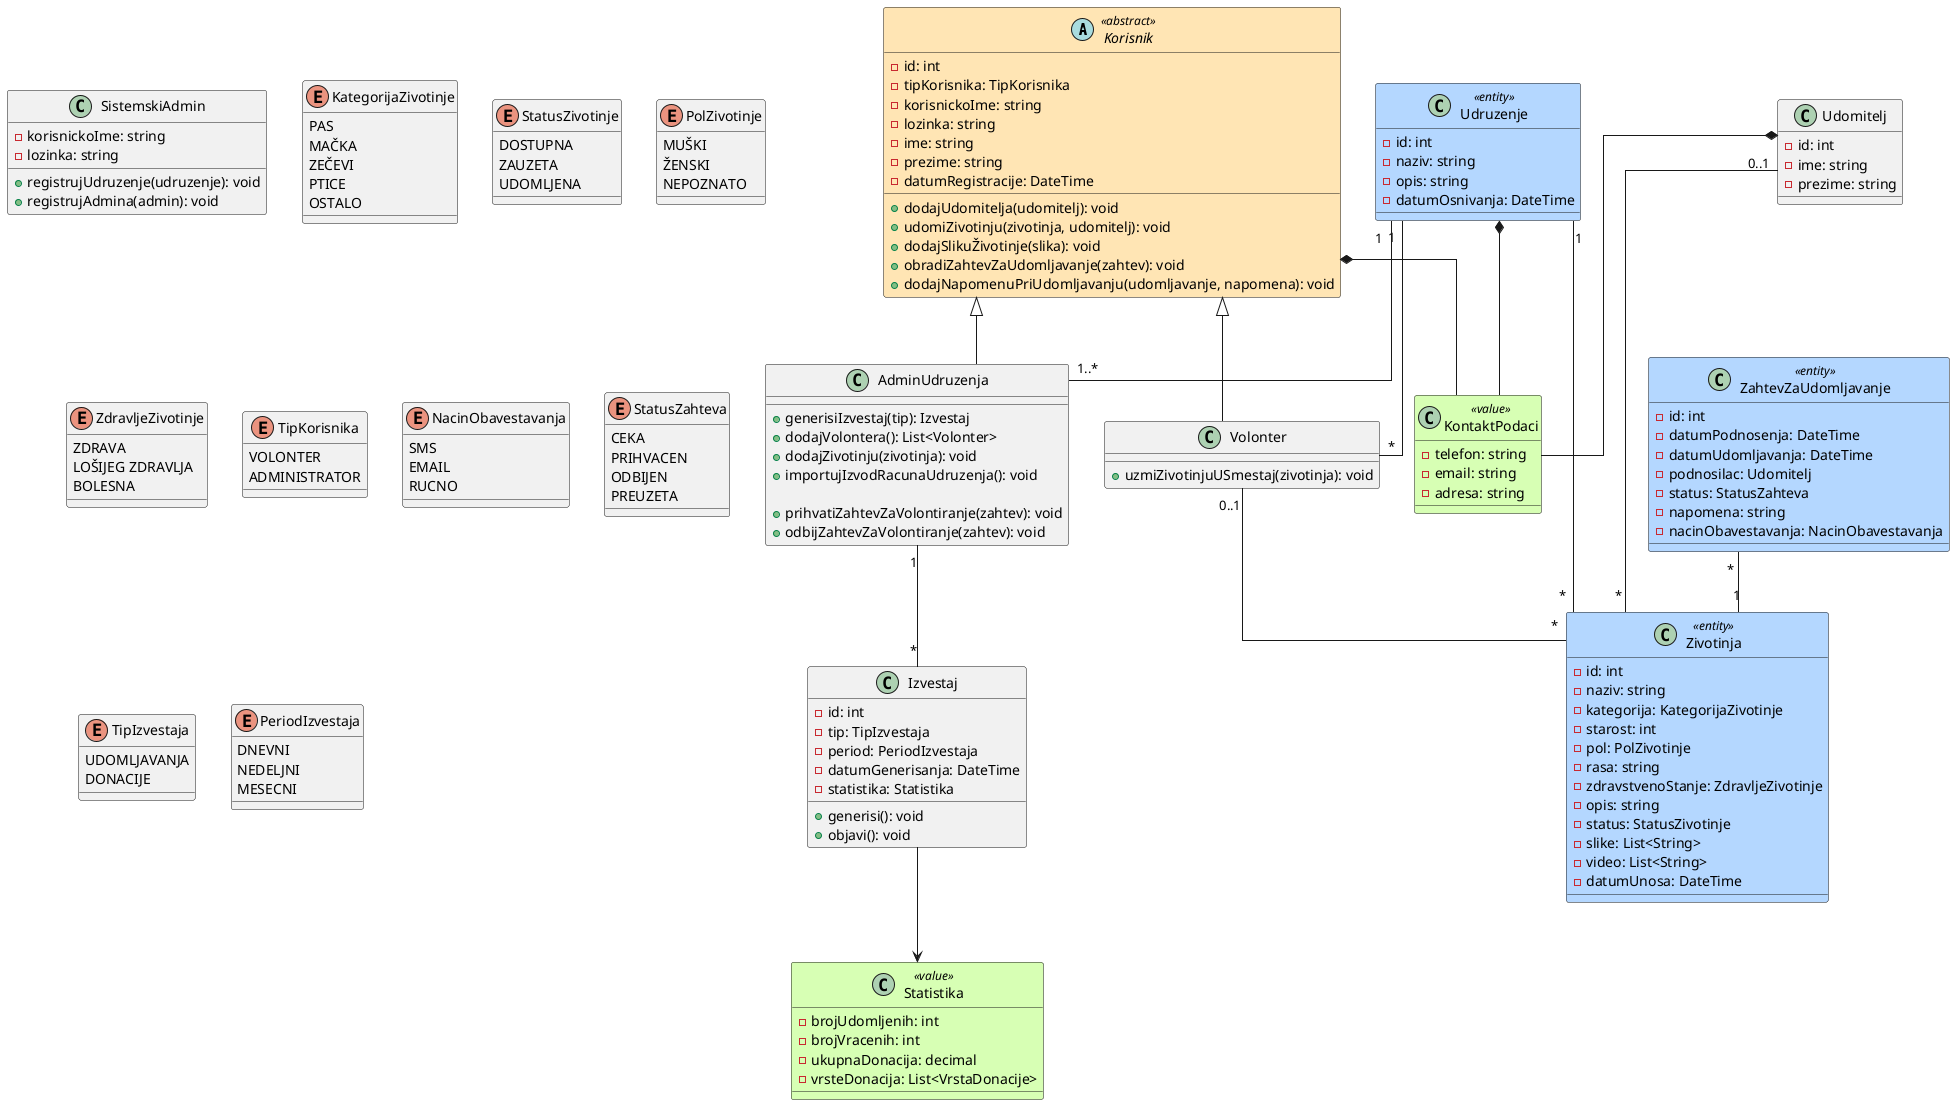
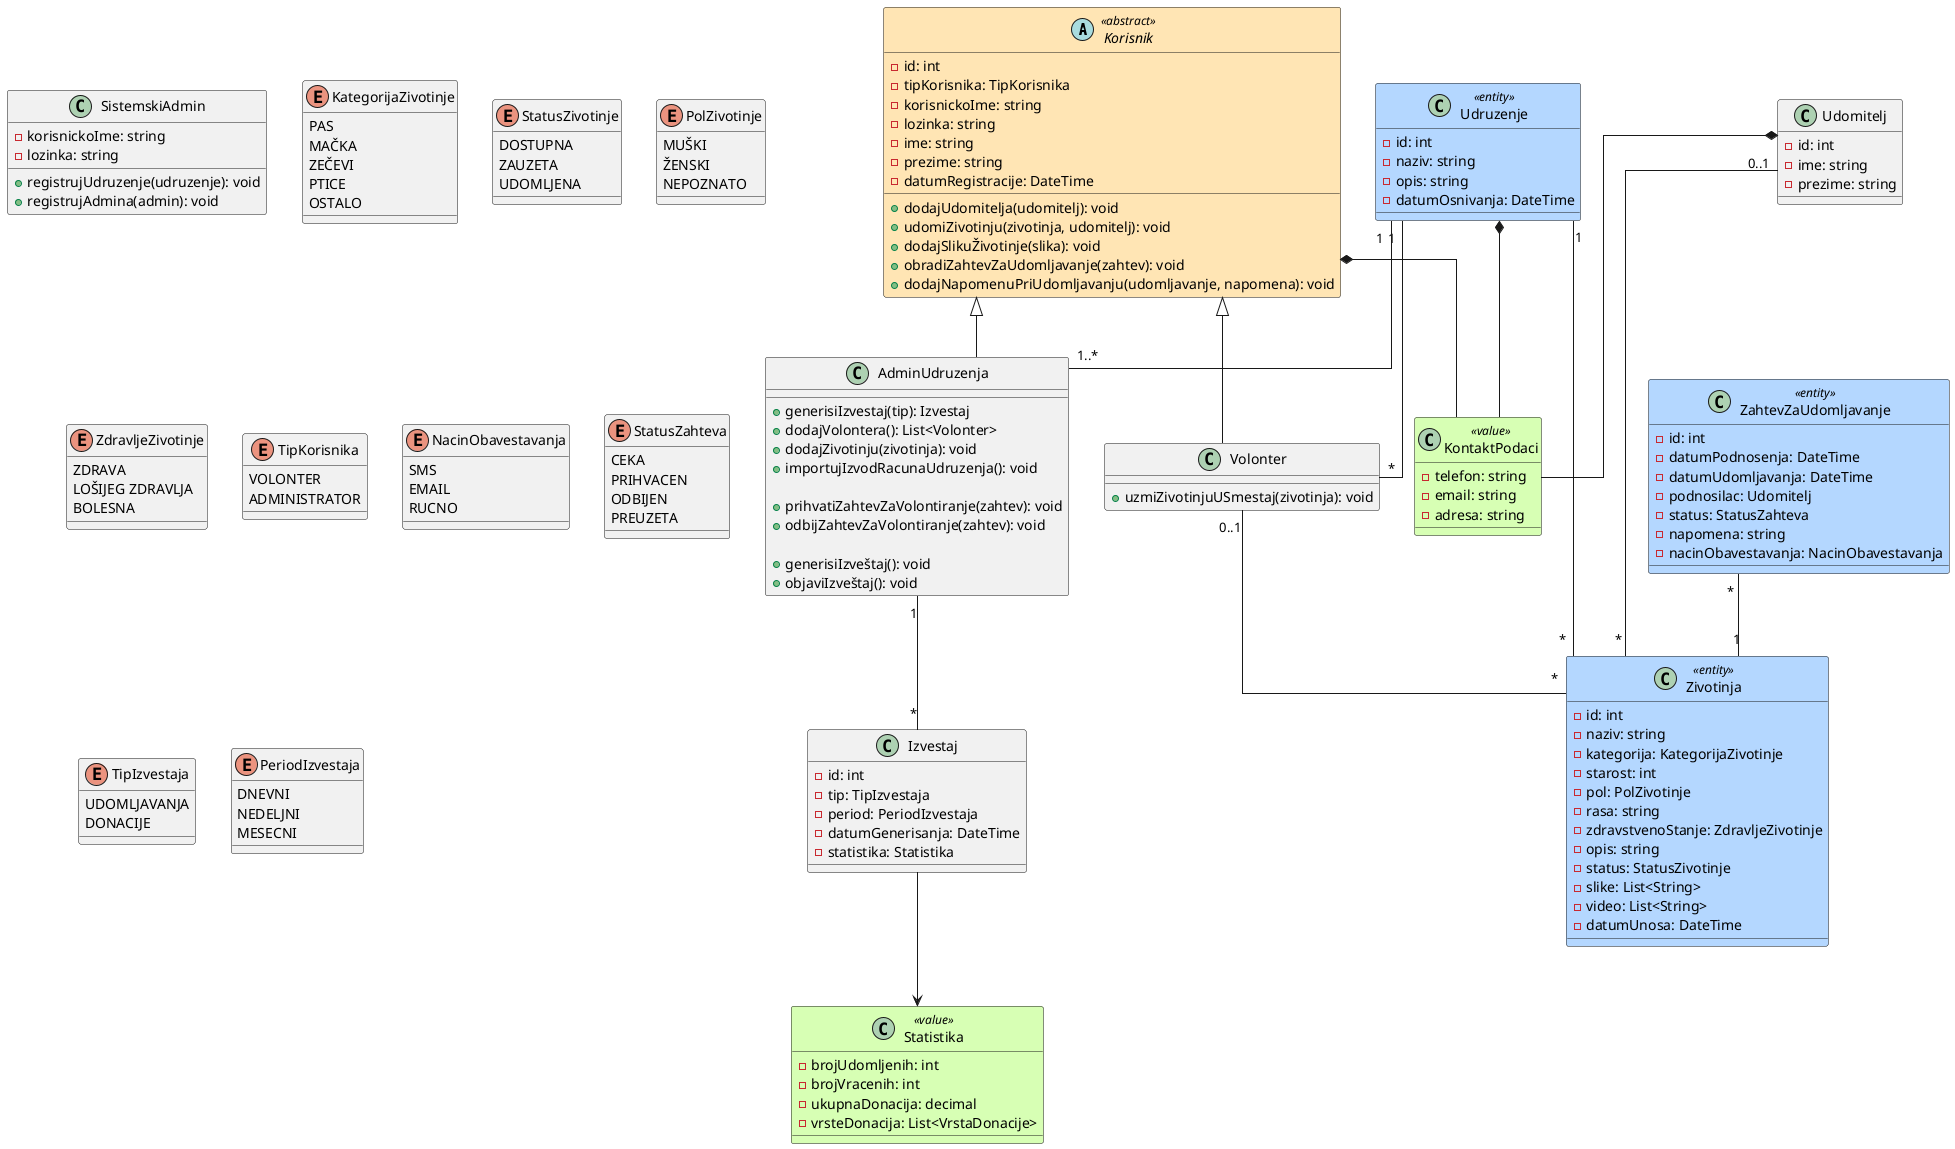
@startuml
!define ABSTRACT_COLOR #FFE5B4
!define ENTITY_COLOR #B4D7FF
!define VALUE_COLOR #D7FFB4

skinparam classBackgroundColor<<abstract>> ABSTRACT_COLOR
skinparam classBackgroundColor<<entity>> ENTITY_COLOR
skinparam classBackgroundColor<<value>> VALUE_COLOR
skinparam linetype ortho

'================ ABSTRACT =================

abstract class Korisnik <<abstract>> {
    - id: int
    - tipKorisnika: TipKorisnika
    - korisnickoIme: string
    - lozinka: string
    - ime: string
    - prezime: string
    - datumRegistracije: DateTime

    + dodajUdomitelja(udomitelj): void
    + udomiZivotinju(zivotinja, udomitelj): void
    + dodajSlikuŽivotinje(slika): void
    + obradiZahtevZaUdomljavanje(zahtev): void
    + dodajNapomenuPriUdomljavanju(udomljavanje, napomena): void
}

'================ USERS =================

class SistemskiAdmin {
    - korisnickoIme: string
    - lozinka: string

    + registrujUdruzenje(udruzenje): void
    + registrujAdmina(admin): void
}

class AdminUdruzenja {
    + generisiIzvestaj(tip): Izvestaj
    + dodajVolontera(): List<Volonter>
    + dodajZivotinju(zivotinja): void
    + importujIzvodRacunaUdruzenja(): void

    + prihvatiZahtevZaVolontiranje(zahtev): void
    + odbijZahtevZaVolontiranje(zahtev): void
+ 
+     + generisiIzveštaj(): void
+     + objaviIzveštaj(): void
}

class Volonter {
    + uzmiZivotinjuUSmestaj(zivotinja): void
}

class Udomitelj {
    - id: int
    - ime: string
    - prezime: string
}

'================ ENTITIES =================

class Udruzenje <<entity>> {
    - id: int
    - naziv: string
    - opis: string
    - datumOsnivanja: DateTime
}

class Zivotinja <<entity>> {
    - id: int
    - naziv: string
    - kategorija: KategorijaZivotinje
    - starost: int
    - pol: PolZivotinje
    - rasa: string
    - zdravstvenoStanje: ZdravljeZivotinje
    - opis: string
    - status: StatusZivotinje
    - slike: List<String>
    - video: List<String>
    - datumUnosa: DateTime
}

enum KategorijaZivotinje {
    PAS
    MAČKA
    ZEČEVI
    PTICE
    OSTALO
}

enum StatusZivotinje {
    DOSTUPNA
    ZAUZETA
    UDOMLJENA
}

enum PolZivotinje {
    MUŠKI
    ŽENSKI
    NEPOZNATO
}

enum ZdravljeZivotinje {
    ZDRAVA
    LOŠIJEG ZDRAVLJA
    BOLESNA
}

enum TipKorisnika {
    VOLONTER
    ADMINISTRATOR
}

enum NacinObavestavanja {
    SMS
    EMAIL
    RUCNO
}

class ZahtevZaUdomljavanje <<entity>> {
    - id: int
    - datumPodnosenja: DateTime
    - datumUdomljavanja: DateTime
    - podnosilac: Udomitelj
    - status: StatusZahteva
    - napomena: string
    - nacinObavestavanja: NacinObavestavanja
}

enum StatusZahteva {
    CEKA
    PRIHVACEN
    ODBIJEN
    PREUZETA
}

class Izvestaj {
    - id: int
    - tip: TipIzvestaja
    - period: PeriodIzvestaja
    - datumGenerisanja: DateTime
    - statistika: Statistika
- 
-     + generisi(): void
-     + objavi(): void
}

enum TipIzvestaja {
    UDOMLJAVANJA
    DONACIJE
}

enum PeriodIzvestaja {
    DNEVNI
    NEDELJNI
    MESECNI
}

class Statistika <<value>> {
    - brojUdomljenih: int
    - brojVracenih: int
    - ukupnaDonacija: decimal
    - vrsteDonacija: List<VrstaDonacije>
}

'================ VALUE OBJECTS =================

class KontaktPodaci <<value>> {
    - telefon: string
    - email: string
    - adresa: string
}

'================ RELATIONS =================

Korisnik <|-- AdminUdruzenja
Korisnik <|-- Volonter
Korisnik *-- KontaktPodaci

Udruzenje *-- KontaktPodaci
Udruzenje "1" -- "*" Zivotinja
Udruzenje "1" -- "*" Volonter
Udruzenje "1" -- "1..*" AdminUdruzenja

AdminUdruzenja "1" -- "*" Izvestaj

Volonter "0..1" -- "*" Zivotinja

Udomitelj "0..1" -- "*" Zivotinja
Udomitelj *-- KontaktPodaci

ZahtevZaUdomljavanje "*" -- "1" Zivotinja

Izvestaj --> Statistika

@enduml